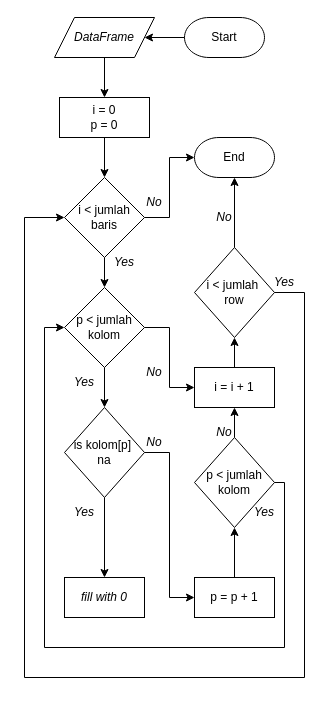
Above: Diagram/Data Cleaning BAB 3.drawio in fwicaksono/SKRIPSI-FINALIZED-CODE-SIDANG (draw.io), before the change. Source tidied: cells renumbered, new cells numbered last; positions are measured from the earlier drawing's top-left corner, leaving out a move shared by most shapes. Both pictures are drawn from the tidied source at 100%, with x=0, y=0 at pixel (24, 17).
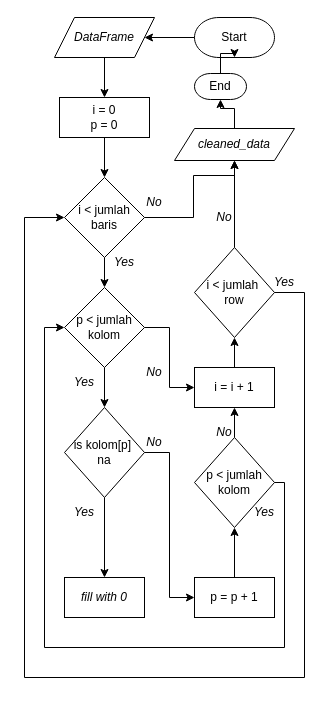
After the change.

Unchanged cells that the change refers to:
```xml
<mxCell id="10" value="i &amp;lt; jumlah baris" style="rhombus;whiteSpace=wrap;html=1;fillColor=none;" parent="1" vertex="1">
  <mxGeometry x="40" y="160" width="80" height="80" as="geometry" />
</mxCell>
<mxCell id="25" value="i &amp;lt; jumlah&amp;nbsp;&lt;div&gt;row&lt;/div&gt;" style="rhombus;whiteSpace=wrap;html=1;fillColor=none;" parent="1" vertex="1">
  <mxGeometry x="170" y="230" width="80" height="90" as="geometry" />
</mxCell>
```

The edit, as a diff of the source:
```diff
@@
     <mxCell id="3" value="Start" style="strokeWidth=1;html=1;shape=mxgraph.flowchart.terminator;whiteSpace=wrap;fontStyle=0;fillColor=none;" parent="1" vertex="1">
-      <mxGeometry x="160" width="80" height="40" as="geometry" />
+      <mxGeometry x="170" width="80" height="40" as="geometry" />
     </mxCell>
@@
-    <mxCell id="9" style="edgeStyle=orthogonalEdgeStyle;rounded=0;jettySize=auto;html=1;fillColor=none;" parent="1" edge="1" source="10" target="26">
-      <mxGeometry relative="1" as="geometry" />
+    <mxCell id="9" style="edgeStyle=orthogonalEdgeStyle;rounded=0;jettySize=auto;html=1;fillColor=none;entryX=0.5;entryY=1;entryDx=0;entryDy=0;" parent="1" edge="1" source="10" target="41">
+      <mxGeometry relative="1" as="geometry">
+        <Array as="points">
+          <mxPoint x="169" y="200" />
+          <mxPoint x="169" y="158" />
+          <mxPoint x="210" y="158" />
+        </Array>
+      </mxGeometry>
     </mxCell>
@@
-    <mxCell id="23" style="edgeStyle=orthogonalEdgeStyle;rounded=0;jettySize=auto;html=1;fillColor=none;" parent="1" edge="1" source="25" target="26">
+    <mxCell id="23" style="edgeStyle=orthogonalEdgeStyle;rounded=0;jettySize=auto;html=1;fillColor=none;entryX=0.5;entryY=1;entryDx=0;entryDy=0;" parent="1" edge="1" source="25" target="41">
       <mxGeometry relative="1" as="geometry" />
     </mxCell>
@@
+    <mxCell id="39" style="edgeStyle=orthogonalEdgeStyle;rounded=0;jettySize=auto;html=1;" parent="1" edge="1" source="26" target="3">
+      <mxGeometry relative="1" as="geometry" />
+    </mxCell>
     <mxCell id="26" value="End" style="strokeWidth=1;html=1;shape=mxgraph.flowchart.terminator;whiteSpace=wrap;fontStyle=0;fillColor=none;" parent="1" vertex="1">
-      <mxGeometry x="170" y="120" width="80" height="40" as="geometry" />
+      <mxGeometry x="170" y="56" width="52" height="26" as="geometry" />
     </mxCell>
@@
+    <mxCell id="40" style="edgeStyle=orthogonalEdgeStyle;rounded=0;jettySize=auto;html=1;" parent="1" edge="1" source="41" target="26">
+      <mxGeometry relative="1" as="geometry" />
+    </mxCell>
+    <mxCell id="41" value="&lt;i&gt;cleaned_data&lt;/i&gt;" style="shape=parallelogram;perimeter=parallelogramPerimeter;whiteSpace=wrap;html=1;fixedSize=1;" parent="1" vertex="1">
+      <mxGeometry x="150" y="111" width="120" height="32" as="geometry" />
+    </mxCell>
```
